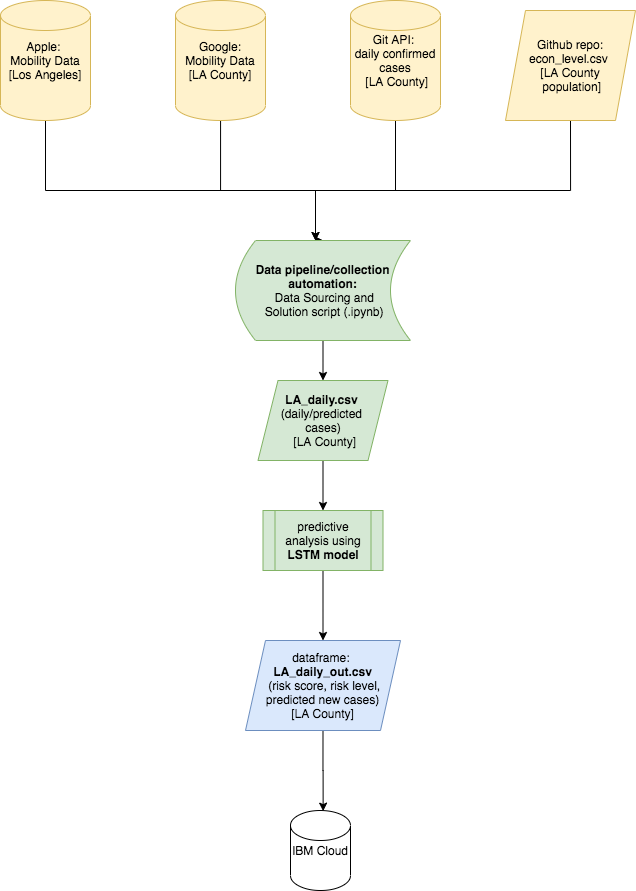
The draw.io diagram Risk-Score-UMich-Workflow.png in skasralikar/Risk-Score-1-UMichZJU, before a commit. Source tidied: cells renumbered, new cells last; positions are measured from the earlier drawing's top-left corner, leaving out a move shared by most shapes.
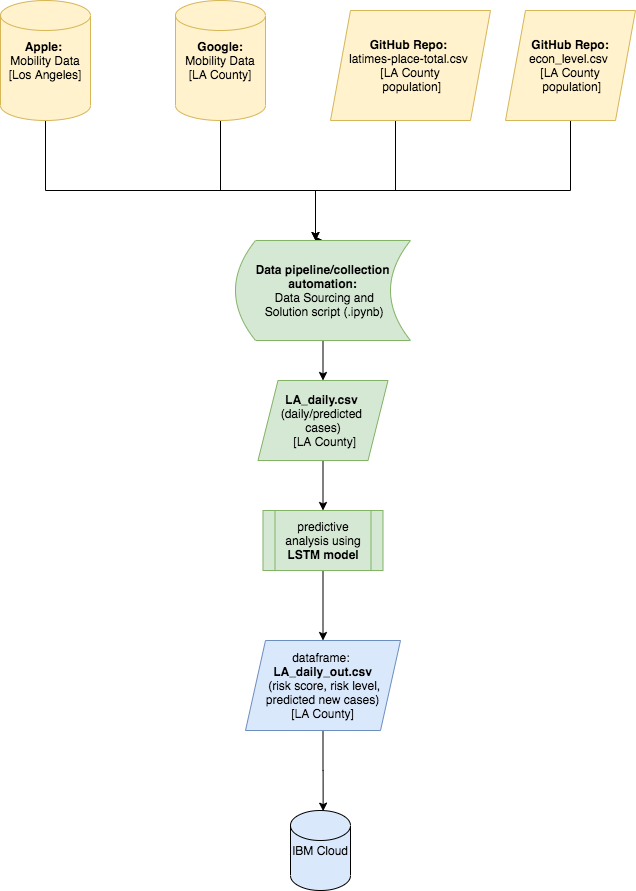
After the commit.

What changed in the source:
```diff
@@ -2,17 +2,15 @@
   <root>
     <mxCell id="0" />
     <mxCell id="1" parent="0" />
-    <mxCell id="2" style="edgeStyle=orthogonalEdgeStyle;rounded=0;jettySize=auto;html=1;entryX=0.5;entryY=0;entryDx=0;entryDy=0;" parent="1" edge="1" source="3" target="9">
+    <mxCell id="2" style="edgeStyle=orthogonalEdgeStyle;rounded=0;jettySize=auto;html=1;entryX=0.5;entryY=0;entryDx=0;entryDy=0;" parent="1" edge="1" target="9">
       <mxGeometry relative="1" as="geometry">
+        <mxPoint x="395" y="120" as="sourcePoint" />
         <Array as="points">
           <mxPoint x="395" y="190" />
           <mxPoint x="315" y="190" />
         </Array>
       </mxGeometry>
     </mxCell>
-    <mxCell id="3" value="&lt;div&gt;&lt;span&gt;Git API:&amp;nbsp;&lt;/span&gt;&lt;/div&gt;&lt;div&gt;&lt;span&gt;daily confirmed cases&lt;/span&gt;&lt;/div&gt;&lt;div&gt;&lt;span&gt;&amp;nbsp;[LA County]&lt;/span&gt;&lt;/div&gt;" style="shape=cylinder2;whiteSpace=wrap;html=1;boundedLbl=1;backgroundOutline=1;size=15;align=center;fillColor=#fff2cc;strokeColor=#d6b656;" parent="1" vertex="1">
-      <mxGeometry x="350" width="90" height="120" as="geometry" />
-    </mxCell>
     <mxCell id="4" style="edgeStyle=orthogonalEdgeStyle;rounded=0;jettySize=auto;html=1;" parent="1" edge="1" source="5" target="9">
       <mxGeometry relative="1" as="geometry">
         <Array as="points">
@@ -21,7 +19,7 @@
         </Array>
       </mxGeometry>
     </mxCell>
-    <mxCell id="5" value="Apple: &lt;br&gt;Mobility Data [Los Angeles]" style="shape=cylinder2;whiteSpace=wrap;html=1;boundedLbl=1;backgroundOutline=1;size=15;fillColor=#fff2cc;strokeColor=#d6b656;" parent="1" vertex="1">
+    <mxCell id="5" value="&lt;b&gt;Apple: &lt;br&gt;&lt;/b&gt;Mobility Data [Los Angeles]" style="shape=cylinder2;whiteSpace=wrap;html=1;boundedLbl=1;backgroundOutline=1;size=15;fillColor=#fff2cc;strokeColor=#d6b656;" parent="1" vertex="1">
       <mxGeometry width="90" height="120" as="geometry" />
     </mxCell>
     <mxCell id="6" style="edgeStyle=orthogonalEdgeStyle;rounded=0;jettySize=auto;html=1;entryX=0.5;entryY=0;entryDx=0;entryDy=0;" parent="1" edge="1" source="7" target="9">
@@ -32,7 +30,7 @@
         </Array>
       </mxGeometry>
     </mxCell>
-    <mxCell id="7" value="Google:&lt;br&gt;Mobility Data [LA County]" style="shape=cylinder2;whiteSpace=wrap;html=1;boundedLbl=1;backgroundOutline=1;size=15;fillColor=#fff2cc;strokeColor=#d6b656;" parent="1" vertex="1">
+    <mxCell id="7" value="&lt;b&gt;Google:&lt;br&gt;&lt;/b&gt;Mobility Data [LA County]" style="shape=cylinder2;whiteSpace=wrap;html=1;boundedLbl=1;backgroundOutline=1;size=15;fillColor=#fff2cc;strokeColor=#d6b656;" parent="1" vertex="1">
       <mxGeometry x="175" width="90" height="120" as="geometry" />
     </mxCell>
     <mxCell id="8" style="edgeStyle=orthogonalEdgeStyle;rounded=0;jettySize=auto;html=1;exitX=0.5;exitY=1;exitDx=0;exitDy=0;entryX=0.5;entryY=0;entryDx=0;entryDy=0;" parent="1" edge="1" source="9" target="13">
@@ -49,7 +47,7 @@
         </Array>
       </mxGeometry>
     </mxCell>
-    <mxCell id="11" value="Github repo: econ_level.csv &lt;br&gt;[LA County&lt;br&gt;&amp;nbsp;population]" style="shape=parallelogram;perimeter=parallelogramPerimeter;whiteSpace=wrap;html=1;fixedSize=1;fillColor=#fff2cc;strokeColor=#d6b656;" parent="1" vertex="1">
+    <mxCell id="11" value="&lt;b&gt;GitHub Repo:&lt;/b&gt; econ_level.csv &lt;br&gt;[LA County&lt;br&gt;&amp;nbsp;population]" style="shape=parallelogram;perimeter=parallelogramPerimeter;whiteSpace=wrap;html=1;fixedSize=1;fillColor=#fff2cc;strokeColor=#d6b656;" parent="1" vertex="1">
       <mxGeometry x="505" y="10" width="130" height="110" as="geometry" />
     </mxCell>
     <mxCell id="12" style="edgeStyle=orthogonalEdgeStyle;rounded=0;jettySize=auto;html=1;" parent="1" edge="1" source="13" target="15">
@@ -70,8 +68,11 @@
     <mxCell id="17" value="dataframe: &lt;br&gt;&lt;b&gt;LA_daily_out.csv&lt;br&gt;&lt;/b&gt;&amp;nbsp;(risk score, risk level, predicted new cases)&lt;br&gt;[LA County]" style="shape=parallelogram;perimeter=parallelogramPerimeter;whiteSpace=wrap;html=1;fixedSize=1;fillColor=#dae8fc;strokeColor=#6c8ebf;" parent="1" vertex="1">
       <mxGeometry x="245" y="640" width="155" height="90" as="geometry" />
     </mxCell>
-    <mxCell id="18" value="IBM Cloud" style="shape=cylinder2;whiteSpace=wrap;html=1;boundedLbl=1;backgroundOutline=1;size=15;" parent="1" vertex="1">
+    <mxCell id="18" value="IBM Cloud" style="shape=cylinder2;whiteSpace=wrap;html=1;boundedLbl=1;backgroundOutline=1;size=15;fillColor=#DAE8FC;" parent="1" vertex="1">
       <mxGeometry x="290" y="810" width="60" height="80" as="geometry" />
     </mxCell>
+    <mxCell id="19" value="&lt;b&gt;GitHub Repo: &lt;br&gt;&lt;/b&gt;latimes-place-total.csv &lt;br&gt;[LA County&lt;br&gt;&amp;nbsp;population]" style="shape=parallelogram;perimeter=parallelogramPerimeter;whiteSpace=wrap;html=1;fixedSize=1;fillColor=#fff2cc;strokeColor=#d6b656;" parent="1" vertex="1">
+      <mxGeometry x="330" y="10" width="160" height="110" as="geometry" />
+    </mxCell>
   </root>
 </mxGraphModel>
```
